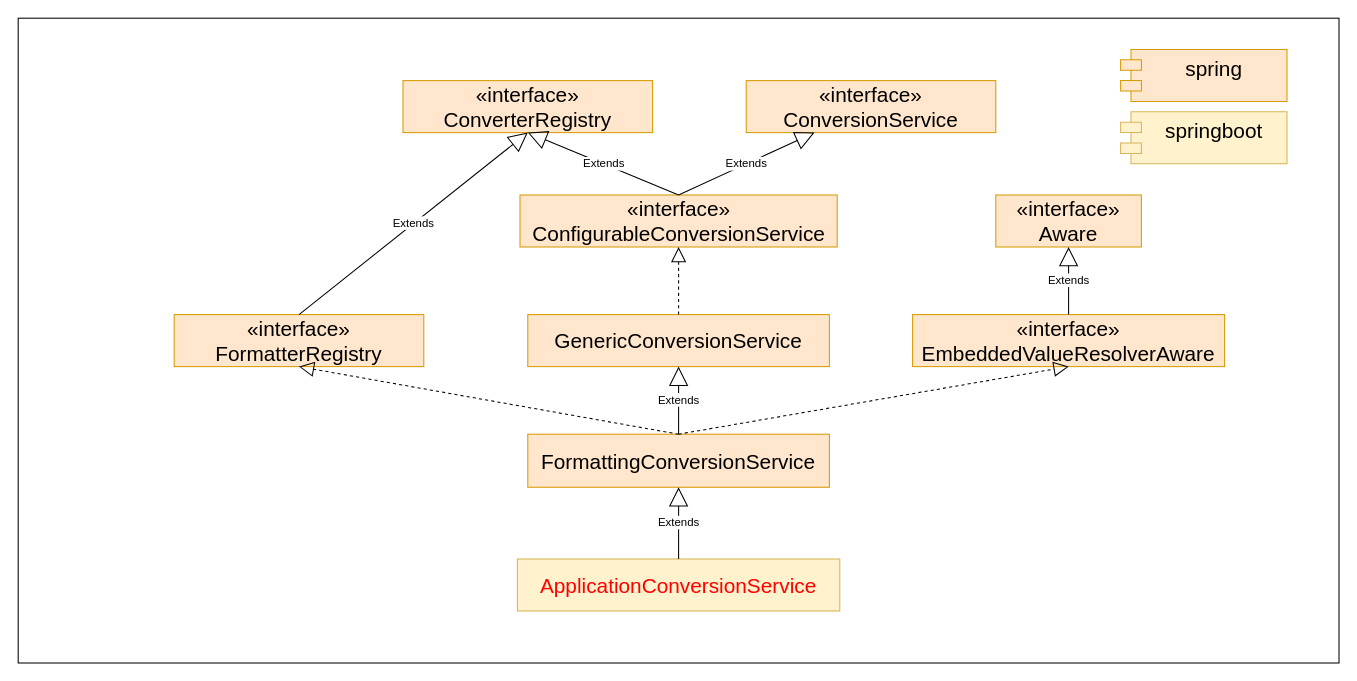
The draw.io diagram dubbo-learning-doc/drawio/源码分析/1_SpringApplication_run方法/主要类图/ConversionService类图.drawio in czwer/dubbo-learning, before the edit. Source tidied: cells renumbered, new cells numbered last; positions are measured from the earlier drawing's top-left corner, leaving out a move shared by most shapes. Both pictures are drawn from the tidied source at 104%, with x=0, y=0 at pixel (18, 18).
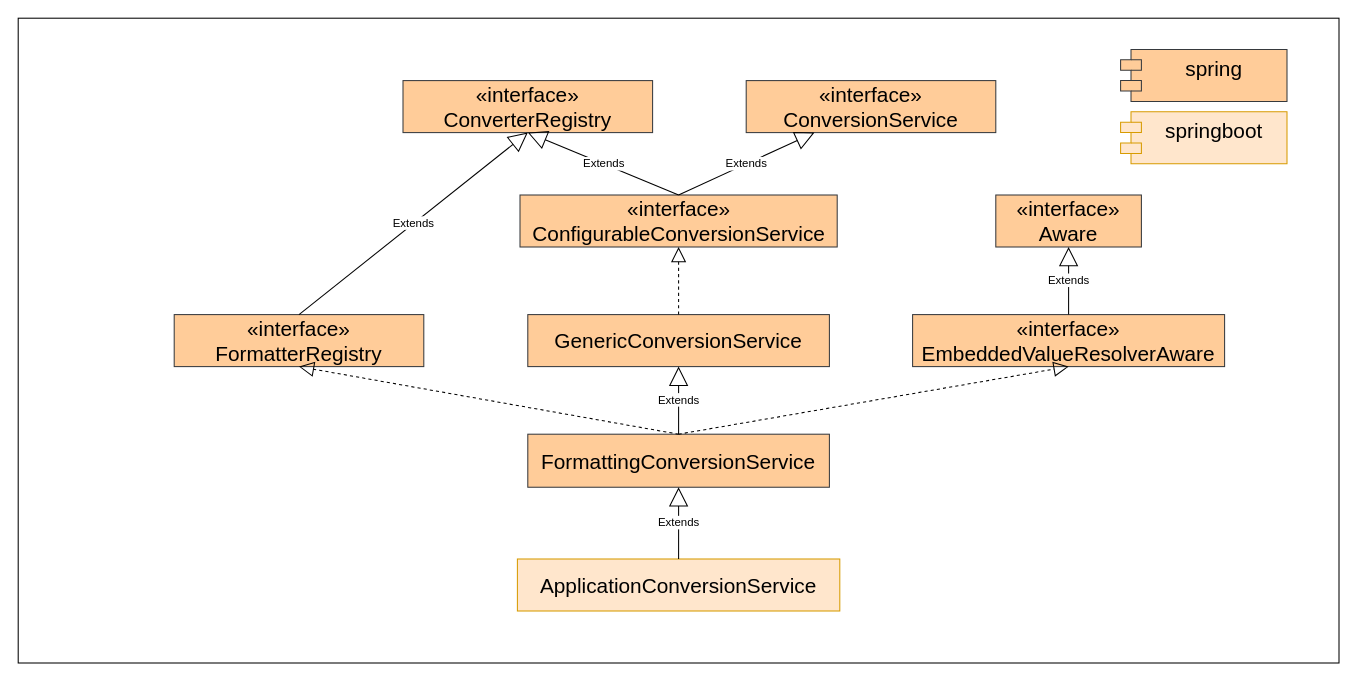
The same diagram, later.

What changed in the source:
```diff
@@
-    <mxCell id="3" value="&lt;div&gt;FormattingConversionService&lt;/div&gt;" style="html=1;whiteSpace=wrap;fontSize=20;verticalAlign=middle;align=center;fillColor=#ffe6cc;strokeColor=#d79b00;" parent="1" vertex="1">
+    <mxCell id="3" value="&lt;div&gt;FormattingConversionService&lt;/div&gt;" style="html=1;whiteSpace=wrap;fontSize=20;verticalAlign=middle;align=center;fillColor=#ffcc99;strokeColor=#36393d;" parent="1" vertex="1">
       <mxGeometry x="490" y="400" width="290" height="51" as="geometry" />
     </mxCell>
-    <mxCell id="4" value="ApplicationConversionService" style="html=1;whiteSpace=wrap;fontSize=20;fontStyle=0;fillColor=#fff2cc;strokeColor=#d6b656;fontColor=#FF0000;" parent="1" vertex="1">
+    <mxCell id="4" value="ApplicationConversionService" style="html=1;whiteSpace=wrap;fontSize=20;fontStyle=0;fillColor=#ffe6cc;strokeColor=#d79b00;" parent="1" vertex="1">
       <mxGeometry x="480" y="520" width="310" height="50" as="geometry" />
     </mxCell>
-    <mxCell id="5" value="«interface»&lt;br&gt;ConversionService" style="html=1;whiteSpace=wrap;fontSize=20;fontStyle=0;fillColor=#ffe6cc;strokeColor=#d79b00;" parent="1" vertex="1">
+    <mxCell id="5" value="«interface»&lt;br&gt;ConversionService" style="html=1;whiteSpace=wrap;fontSize=20;fontStyle=0;fillColor=#ffcc99;strokeColor=#36393d;" parent="1" vertex="1">
       <mxGeometry x="700" y="60" width="240" height="50" as="geometry" />
     </mxCell>
-    <mxCell id="6" value="GenericConversionService" style="html=1;whiteSpace=wrap;fontSize=20;fontStyle=0;fillColor=#ffe6cc;strokeColor=#d79b00;" parent="1" vertex="1">
+    <mxCell id="6" value="GenericConversionService" style="html=1;whiteSpace=wrap;fontSize=20;fontStyle=0;fillColor=#ffcc99;strokeColor=#36393d;" parent="1" vertex="1">
       <mxGeometry x="490" y="285" width="290" height="50" as="geometry" />
     </mxCell>
-    <mxCell id="7" value="spring&lt;div&gt;&lt;br&gt;&lt;/div&gt;" style="shape=module;align=left;spacingLeft=20;align=center;verticalAlign=top;whiteSpace=wrap;html=1;fontSize=20;fillColor=#ffe6cc;strokeColor=#d79b00;" parent="1" vertex="1">
+    <mxCell id="7" value="spring&lt;div&gt;&lt;br&gt;&lt;/div&gt;" style="shape=module;align=left;spacingLeft=20;align=center;verticalAlign=top;whiteSpace=wrap;html=1;fontSize=20;fillColor=#ffcc99;strokeColor=#36393d;" parent="1" vertex="1">
       <mxGeometry x="1060" y="30" width="160" height="50" as="geometry" />
     </mxCell>
-    <mxCell id="8" value="springboot&lt;div&gt;&lt;br&gt;&lt;/div&gt;" style="shape=module;align=left;spacingLeft=20;align=center;verticalAlign=top;whiteSpace=wrap;html=1;fontSize=20;fillColor=#fff2cc;strokeColor=#d6b656;" parent="1" vertex="1">
+    <mxCell id="8" value="springboot&lt;div&gt;&lt;br&gt;&lt;/div&gt;" style="shape=module;align=left;spacingLeft=20;align=center;verticalAlign=top;whiteSpace=wrap;html=1;fontSize=20;fillColor=#ffe6cc;strokeColor=#d79b00;" parent="1" vertex="1">
       <mxGeometry x="1060" y="90" width="160" height="50" as="geometry" />
     </mxCell>
@@
-    <mxCell id="11" value="«interface»&lt;br&gt;ConfigurableConversionService" style="html=1;whiteSpace=wrap;fontSize=20;fontStyle=0;fillColor=#ffe6cc;strokeColor=#d79b00;" parent="1" vertex="1">
+    <mxCell id="11" value="«interface»&lt;br&gt;ConfigurableConversionService" style="html=1;whiteSpace=wrap;fontSize=20;fontStyle=0;fillColor=#ffcc99;strokeColor=#36393d;" parent="1" vertex="1">
       <mxGeometry x="482.5" y="170" width="305" height="50" as="geometry" />
     </mxCell>
@@
-    <mxCell id="14" value="«interface»&lt;br&gt;ConverterRegistry" style="html=1;whiteSpace=wrap;fontSize=20;fontStyle=0;fillColor=#ffe6cc;strokeColor=#d79b00;" parent="1" vertex="1">
+    <mxCell id="14" value="«interface»&lt;br&gt;ConverterRegistry" style="html=1;whiteSpace=wrap;fontSize=20;fontStyle=0;fillColor=#ffcc99;strokeColor=#36393d;" parent="1" vertex="1">
       <mxGeometry x="370" y="60" width="240" height="50" as="geometry" />
     </mxCell>
@@
-    <mxCell id="16" value="«interface»&lt;br&gt;FormatterRegistry" style="html=1;whiteSpace=wrap;fontSize=20;fontStyle=0;fillColor=#ffe6cc;strokeColor=#d79b00;" parent="1" vertex="1">
+    <mxCell id="16" value="«interface»&lt;br&gt;FormatterRegistry" style="html=1;whiteSpace=wrap;fontSize=20;fontStyle=0;fillColor=#ffcc99;strokeColor=#36393d;" parent="1" vertex="1">
       <mxGeometry x="150" y="285" width="240" height="50" as="geometry" />
     </mxCell>
-    <mxCell id="17" value="«interface»&lt;br&gt;EmbeddedValueResolverAware" style="html=1;whiteSpace=wrap;fontSize=20;fontStyle=0;fillColor=#ffe6cc;strokeColor=#d79b00;" parent="1" vertex="1">
+    <mxCell id="17" value="«interface»&lt;br&gt;EmbeddedValueResolverAware" style="html=1;whiteSpace=wrap;fontSize=20;fontStyle=0;fillColor=#ffcc99;strokeColor=#36393d;" parent="1" vertex="1">
       <mxGeometry x="860" y="285" width="300" height="50" as="geometry" />
     </mxCell>
@@
-    <mxCell id="21" value="«interface»&lt;br&gt;Aware" style="html=1;whiteSpace=wrap;fontSize=20;fontStyle=0;fillColor=#ffe6cc;strokeColor=#d79b00;" parent="1" vertex="1">
+    <mxCell id="21" value="«interface»&lt;br&gt;Aware" style="html=1;whiteSpace=wrap;fontSize=20;fontStyle=0;fillColor=#ffcc99;strokeColor=#36393d;" parent="1" vertex="1">
       <mxGeometry x="940" y="170" width="140" height="50" as="geometry" />
     </mxCell>
```
